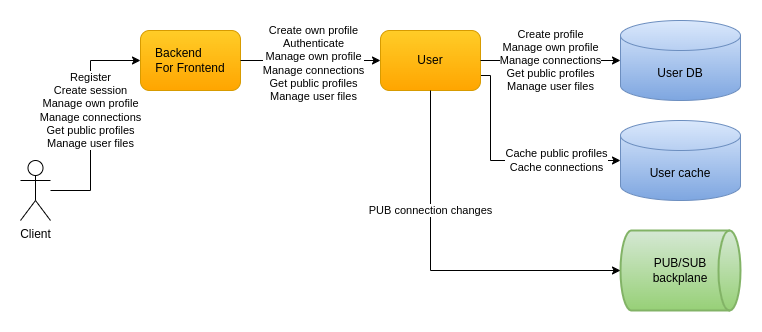
This is docs/images/cecochat-users.png from cvetomir-todorov/CecoChat, a draw.io export, as it was before one commit. Source tidied: cells renumbered, new cells last; positions are measured from the earlier drawing's top-left corner, leaving out a move shared by most shapes.
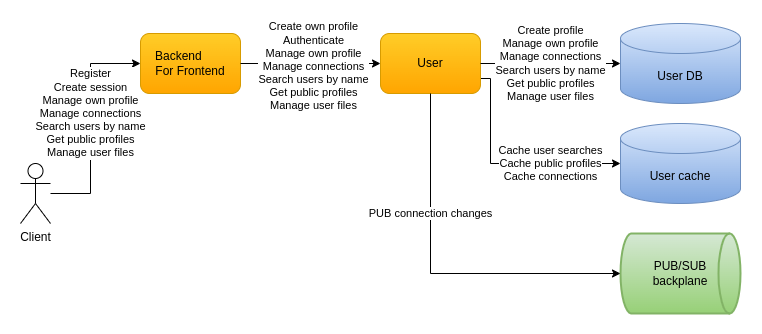
After the commit.

Commit message:
Update diagram images with support for searching users by name

Change to the diagram source:
```diff
@@ -2,7 +2,7 @@
   <root>
     <mxCell id="0" />
     <mxCell id="1" parent="0" />
-    <mxCell id="2" value="Register&lt;br style=&quot;border-color: var(--border-color);&quot;&gt;Create session&lt;br style=&quot;border-color: var(--border-color);&quot;&gt;Manage own&amp;nbsp;profile&lt;br style=&quot;border-color: var(--border-color);&quot;&gt;Manage connections&lt;br style=&quot;border-color: var(--border-color);&quot;&gt;Get public profiles&lt;br&gt;Manage user files" style="edgeStyle=orthogonalEdgeStyle;rounded=0;jettySize=auto;html=1;entryX=0;entryY=0.5;entryDx=0;entryDy=0;" parent="1" edge="1" source="3" target="4">
+    <mxCell id="2" value="Register&lt;br style=&quot;border-color: var(--border-color);&quot;&gt;Create session&lt;br style=&quot;border-color: var(--border-color);&quot;&gt;Manage own&amp;nbsp;profile&lt;br style=&quot;border-color: var(--border-color);&quot;&gt;Manage connections&lt;br&gt;Search users by name&lt;br style=&quot;border-color: var(--border-color);&quot;&gt;Get public profiles&lt;br&gt;Manage user files" style="edgeStyle=orthogonalEdgeStyle;rounded=0;jettySize=auto;html=1;entryX=0;entryY=0.5;entryDx=0;entryDy=0;" parent="1" edge="1" source="3" target="4">
       <mxGeometry x="0.09" relative="1" as="geometry">
         <Array as="points">
           <mxPoint x="70" y="170" />
@@ -16,8 +16,8 @@
     <mxCell id="4" value="&lt;font style=&quot;font-size: 12px&quot;&gt;Backend&amp;nbsp; &amp;nbsp; &amp;nbsp; &amp;nbsp;&lt;br&gt;For Frontend&lt;/font&gt;" style="rounded=1;whiteSpace=wrap;html=1;gradientColor=#ffa500;fillColor=#ffcd28;strokeColor=#d79b00;" parent="1" vertex="1">
       <mxGeometry x="120" y="10" width="100" height="60" as="geometry" />
     </mxCell>
-    <mxCell id="5" value="Cache public profiles&lt;br style=&quot;border-color: var(--border-color);&quot;&gt;Cache connections" style="edgeStyle=orthogonalEdgeStyle;rounded=0;jettySize=auto;html=1;entryX=0;entryY=0.5;entryDx=0;entryDy=0;entryPerimeter=0;exitX=1;exitY=0.75;exitDx=0;exitDy=0;" parent="1" edge="1" source="6" target="10">
-      <mxGeometry x="0.43" relative="1" as="geometry">
+    <mxCell id="5" value="Cache user searches&lt;br&gt;Cache public profiles&lt;br style=&quot;border-color: var(--border-color);&quot;&gt;Cache connections" style="edgeStyle=orthogonalEdgeStyle;rounded=0;jettySize=auto;html=1;entryX=0;entryY=0.5;entryDx=0;entryDy=0;entryPerimeter=0;exitX=1;exitY=0.75;exitDx=0;exitDy=0;" parent="1" edge="1" source="6" target="10">
+      <mxGeometry x="0.38" relative="1" as="geometry">
         <Array as="points">
           <mxPoint x="470" y="55" />
           <mxPoint x="470" y="140" />
@@ -30,12 +30,12 @@
     <mxCell id="7" value="User DB" style="shape=cylinder3;whiteSpace=wrap;html=1;boundedLbl=1;backgroundOutline=1;size=15;gradientColor=#7ea6e0;fillColor=#dae8fc;strokeColor=#6c8ebf;" parent="1" vertex="1">
       <mxGeometry x="600" width="120" height="80" as="geometry" />
     </mxCell>
-    <mxCell id="8" value="&lt;font style=&quot;font-size: 11px&quot;&gt;Create profile&lt;br&gt;Manage own profile&lt;br style=&quot;border-color: var(--border-color);&quot;&gt;Manage connections&lt;br style=&quot;border-color: var(--border-color);&quot;&gt;Get public profiles&lt;br&gt;Manage user files&lt;br&gt;&lt;/font&gt;" style="rounded=0;jettySize=auto;html=1;entryX=0;entryY=0.5;entryDx=0;entryDy=0;entryPerimeter=0;startArrow=none;startFill=0;" parent="1" edge="1" target="7">
+    <mxCell id="8" value="&lt;font style=&quot;font-size: 11px&quot;&gt;Create profile&lt;br&gt;Manage own profile&lt;br style=&quot;border-color: var(--border-color);&quot;&gt;Manage connections&lt;br&gt;Search users by name&lt;br style=&quot;border-color: var(--border-color);&quot;&gt;Get public profiles&lt;br&gt;Manage user files&lt;br&gt;&lt;/font&gt;" style="rounded=0;jettySize=auto;html=1;entryX=0;entryY=0.5;entryDx=0;entryDy=0;entryPerimeter=0;startArrow=none;startFill=0;" parent="1" edge="1" target="7">
       <mxGeometry relative="1" as="geometry">
         <mxPoint x="460" y="40" as="sourcePoint" />
       </mxGeometry>
     </mxCell>
-    <mxCell id="9" value="Create own profile&lt;br style=&quot;border-color: var(--border-color);&quot;&gt;Authenticate&lt;br style=&quot;border-color: var(--border-color);&quot;&gt;Manage own profile&lt;br style=&quot;border-color: var(--border-color);&quot;&gt;Manage connections&lt;br style=&quot;border-color: var(--border-color);&quot;&gt;Get public profiles&lt;br style=&quot;border-color: var(--border-color);&quot;&gt;Manage user files" style="endArrow=classic;html=1;entryX=0;entryY=0.5;entryDx=0;entryDy=0;exitX=1;exitY=0.5;exitDx=0;exitDy=0;" parent="1" edge="1" source="4" target="6">
+    <mxCell id="9" value="Create own profile&lt;br style=&quot;border-color: var(--border-color);&quot;&gt;Authenticate&lt;br style=&quot;border-color: var(--border-color);&quot;&gt;Manage own profile&lt;br style=&quot;border-color: var(--border-color);&quot;&gt;Manage connections&lt;br&gt;Search users by name&lt;br style=&quot;border-color: var(--border-color);&quot;&gt;Get public profiles&lt;br style=&quot;border-color: var(--border-color);&quot;&gt;Manage user files" style="endArrow=classic;html=1;entryX=0;entryY=0.5;entryDx=0;entryDy=0;exitX=1;exitY=0.5;exitDx=0;exitDy=0;" parent="1" edge="1" source="4" target="6">
       <mxGeometry x="0.04" y="-3" relative="1" as="geometry" />
     </mxCell>
     <mxCell id="10" value="User cache" style="shape=cylinder3;whiteSpace=wrap;html=1;boundedLbl=1;backgroundOutline=1;size=15;gradientColor=#7ea6e0;fillColor=#dae8fc;strokeColor=#6c8ebf;" parent="1" vertex="1">
```
